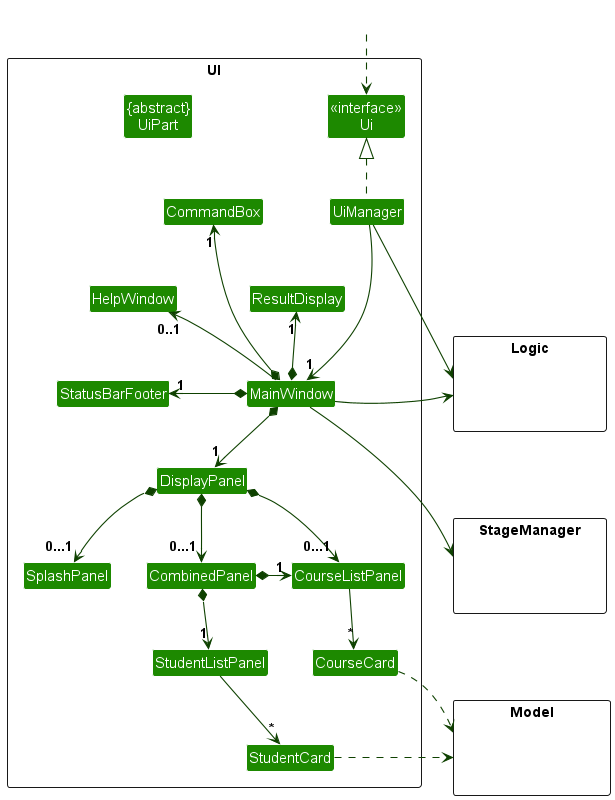
Earlier version of the PlantUML export docs/images/UiClassDiagram.png (tiongjjyi/tp).
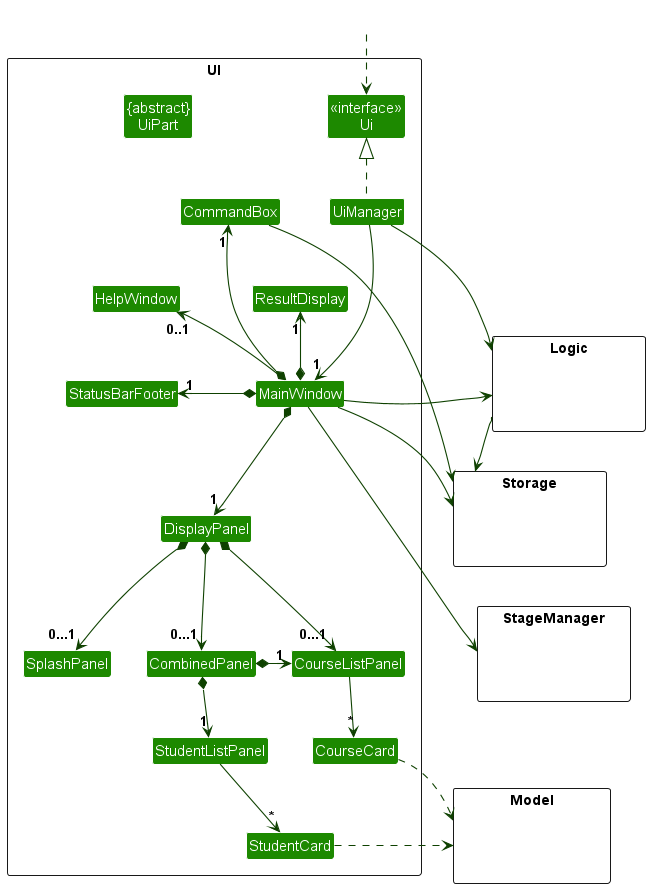
The same diagram one commit later.

What changed in the source:
```diff
@@ -36,6 +36,10 @@
 Class HiddenLogic #FFFFFF
 }
 
+package Storage <<Rectangle>> {
+Class HiddenLogic #FFFFFF
+}
+
 Class HiddenOutside #FFFFFF
 HiddenOutside ..> Ui
 
@@ -43,6 +47,7 @@
 UiManager -down--> "1" MainWindow
 UiManager -right> Logic
 
+Logic -d> Storage
 
 MainWindow -up-> "0..1" HelpWindow
 
@@ -58,6 +63,7 @@
 
 MainWindow -right> Logic
 MainWindow -right> StageManager
+MainWindow -down-> Storage
 
 CombinedPanel *-down-> "1" StudentListPanel
 CombinedPanel *-right-> "1" CourseListPanel
@@ -67,6 +73,8 @@
 StudentListPanel -down-> "*" StudentCard
 StudentCard .right.> Model
 
+CommandBox -down> Storage
+
 SplashPanel -[hidden]right- CombinedPanel
 CommandBox -[hidden]down- ResultDisplay
 CommandBox -[hidden]down-- StatusBarFooter
```
